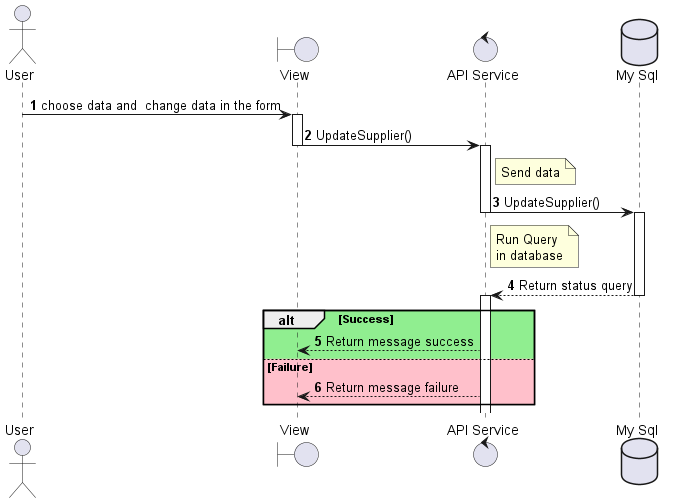
The PlantUML diagram out/sequenceDiagram_Supplier_update/sequenceDiagram_Supplier_update.png in Fitranda/Diagram, before a commit. The source it was exported from:
```plantuml
@startuml sequenceDiagram_Supplier_update
actor User
boundary "View" as View
control "API Service" as APIService
database "My Sql" as DB

autonumber
User -> View --++ : choose data and  change data in the form
View -> APIService --++ : UpdateSupplier()
note right of APIService: Send data
APIService -> DB --++ : UpdateSupplier()
note right of APIService: Run Query\nin database
DB --> APIService --++ : Return status query
alt #LightGreen  Success
    APIService --> View  : Return message success
else #Pink Failure
    APIService --> View  : Return message failure
end
@enduml
```
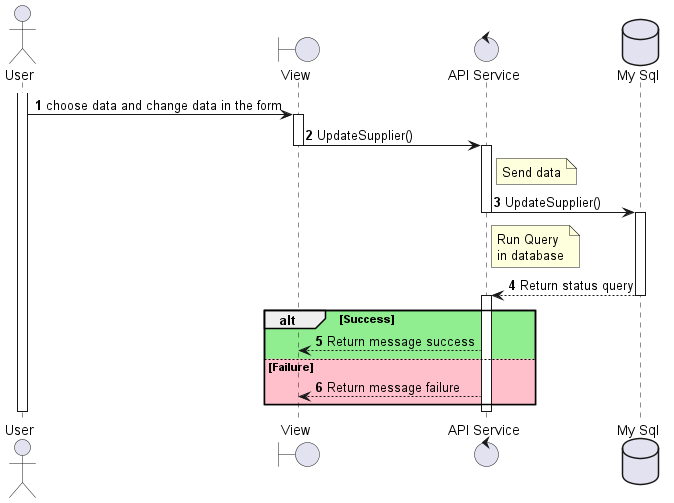
Later version of the same file.

The edit, as a diff of the source:
```diff
@@ -5,15 +5,25 @@
 database "My Sql" as DB
 
 autonumber
-User -> View --++ : choose data and  change data in the form
-View -> APIService --++ : UpdateSupplier()
+activate User
+User -> View  : choose data and change data in the form
+activate View
+View -> APIService  : UpdateSupplier()
+deactivate View
+activate APIService
 note right of APIService: Send data
-APIService -> DB --++ : UpdateSupplier()
+APIService -> DB  : UpdateSupplier()
 note right of APIService: Run Query\nin database
-DB --> APIService --++ : Return status query
-alt #LightGreen  Success
-    APIService --> View  : Return message success
+deactivate APIService
+activate DB
+DB --> APIService  : Return status query
+deactivate DB
+activate APIService
+alt #LightGreen Success
+    APIService --> View : Return message success
 else #Pink Failure
-    APIService --> View  : Return message failure
+    APIService --> View : Return message failure
 end
+deactivate APIService
+deactivate User
 @enduml
```
